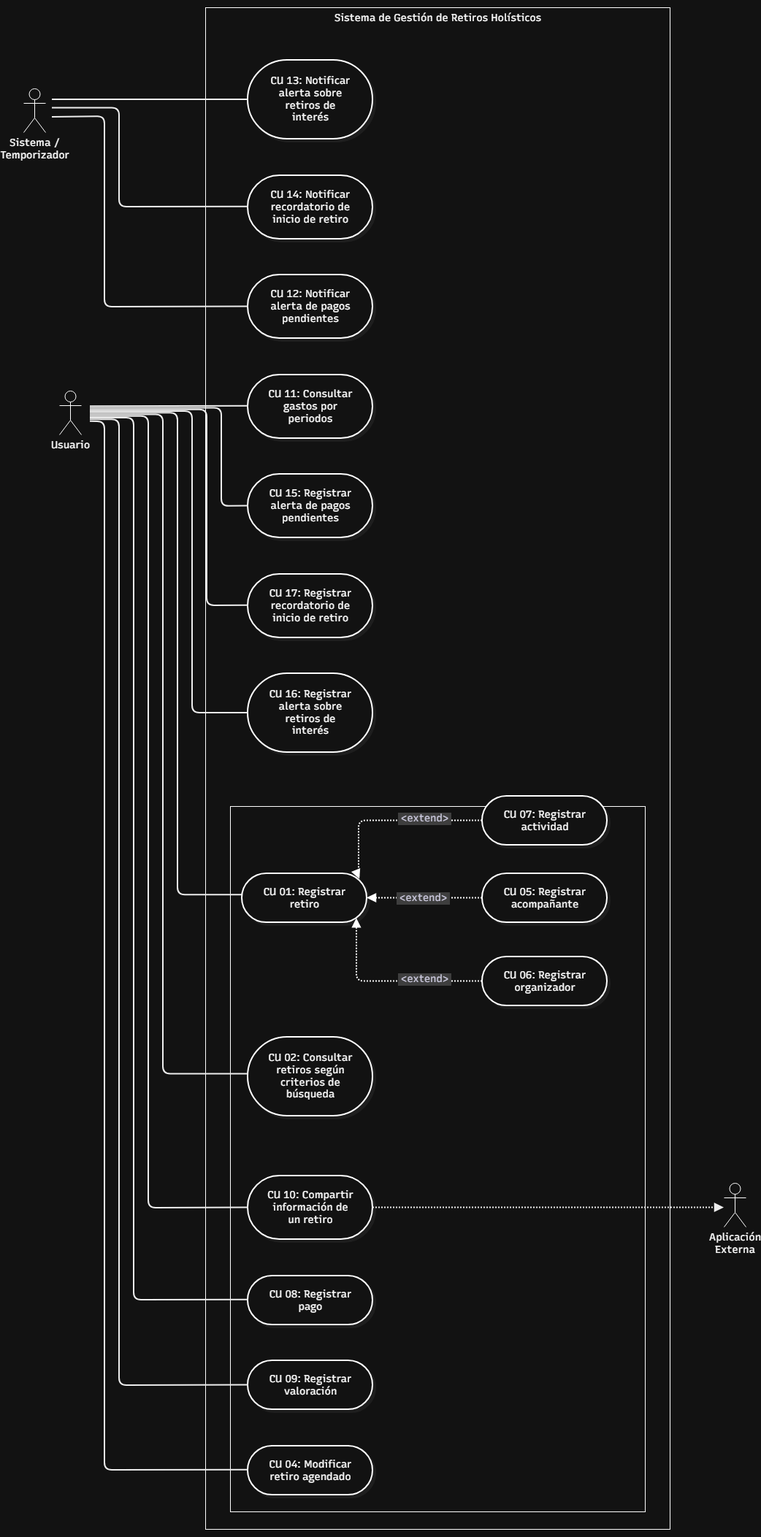
Luca-Tittarelli/tpi-asi keeps this draw.io diagram as Diagrama de Casos de Uso.png. Above is the earlier version. Source tidied: cells renumbered, new cells last; positions are measured from the earlier drawing's top-left corner, leaving out a move shared by most shapes.
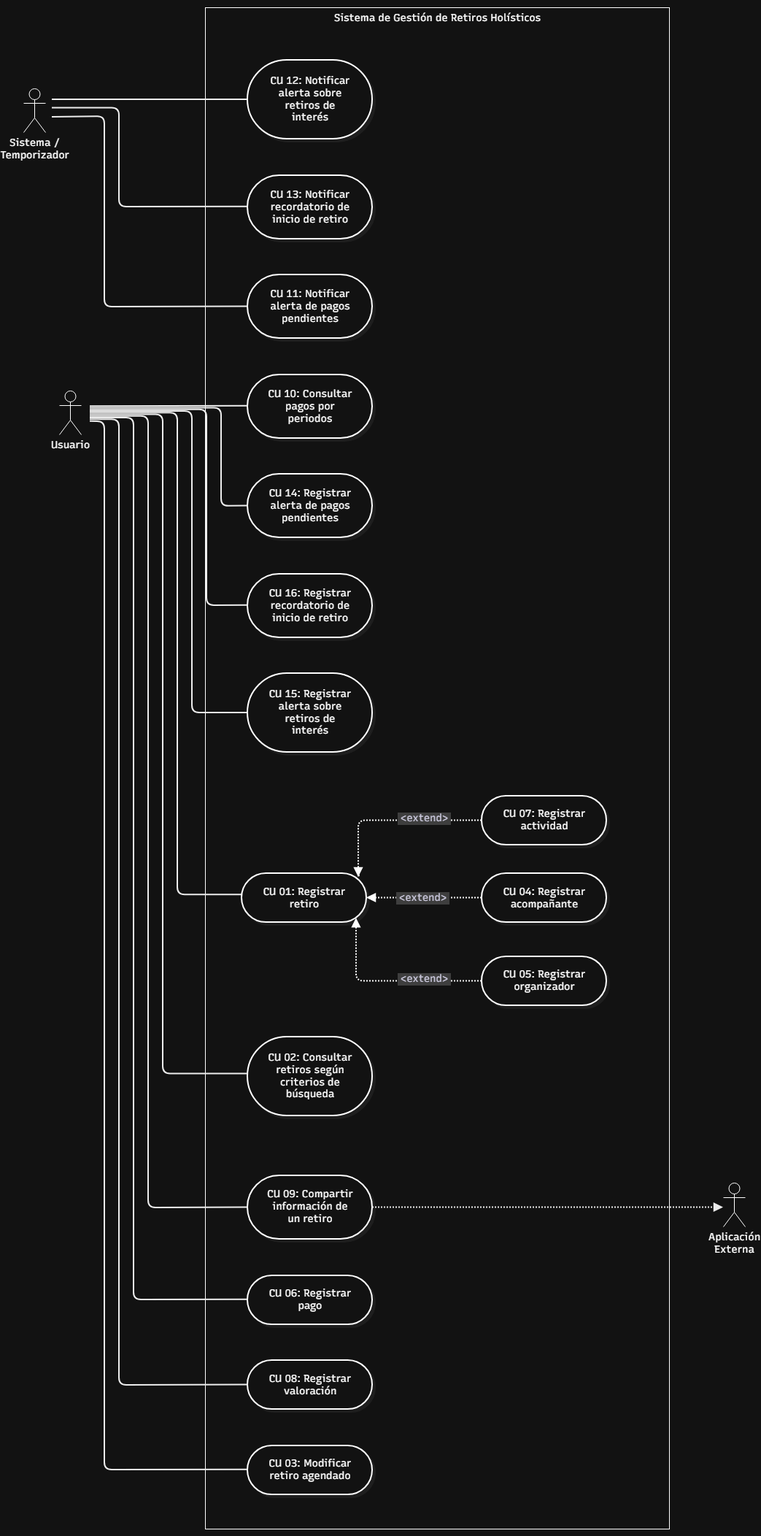
After the change.

The edit, as a diff of the source:
```diff
@@ -11,40 +11,40 @@
     <mxCell id="4" style="html=1;whiteSpace=nowrap;strokeWidth=1;verticalAlign=top;fontFamily=Recursive;fontSize=14;shadow=0;shadowColor=#000000;shadowOffsetX=4;shadowOffsetY=4;shadowBlur=0;shadowOpacity=6;fontSource=https%3A%2F%2Ffonts.googleapis.com%2Fcss%3Ffamily%3DRecursive;strokeColor=none;fillColor=none;" parent="3" vertex="1">
       <mxGeometry x="34" y="48" width="219" height="996" as="geometry" />
     </mxCell>
-    <mxCell id="5" value="CU 11: Consultar gastos por periodos" style="html=1;rounded=1;whiteSpace=wrap;arcSize=50;strokeWidth=2;fontFamily=Recursive;fontSize=14;shadow=1;shadowColor=#000000;shadowOffsetX=4;shadowOffsetY=4;shadowBlur=0;shadowOpacity=6;labelWidth=120;fontSource=https%3A%2F%2Ffonts.googleapis.com%2Fcss%3Ffamily%3DRecursive;roundedPerimeter=1;" parent="4" vertex="1">
+    <mxCell id="5" value="CU 10: Consultar pagos por periodos" style="html=1;rounded=1;whiteSpace=wrap;arcSize=50;strokeWidth=2;fontFamily=Recursive;fontSize=14;shadow=1;shadowColor=#000000;shadowOffsetX=4;shadowOffsetY=4;shadowBlur=0;shadowOpacity=6;labelWidth=120;fontSource=https%3A%2F%2Ffonts.googleapis.com%2Fcss%3Ffamily%3DRecursive;roundedPerimeter=1;" parent="4" vertex="1">
       <mxGeometry x="24" y="455" width="171" height="87" as="geometry" />
     </mxCell>
-    <mxCell id="6" value="CU 15: Registrar alerta de pagos pendientes" style="html=1;rounded=1;whiteSpace=wrap;arcSize=50;strokeWidth=2;fontFamily=Recursive;fontSize=14;shadow=1;shadowColor=#000000;shadowOffsetX=4;shadowOffsetY=4;shadowBlur=0;shadowOpacity=6;labelWidth=120;fontSource=https%3A%2F%2Ffonts.googleapis.com%2Fcss%3Ffamily%3DRecursive;" parent="4" vertex="1">
+    <mxCell id="6" value="CU 14: Registrar alerta de pagos pendientes" style="html=1;rounded=1;whiteSpace=wrap;arcSize=50;strokeWidth=2;fontFamily=Recursive;fontSize=14;shadow=1;shadowColor=#000000;shadowOffsetX=4;shadowOffsetY=4;shadowBlur=0;shadowOpacity=6;labelWidth=120;fontSource=https%3A%2F%2Ffonts.googleapis.com%2Fcss%3Ffamily%3DRecursive;" parent="4" vertex="1">
       <mxGeometry x="24" y="591" width="171" height="87" as="geometry" />
     </mxCell>
-    <mxCell id="7" value="CU 16: Registrar alerta sobre retiros de interés" style="html=1;rounded=1;whiteSpace=wrap;arcSize=50;strokeWidth=2;fontFamily=Recursive;fontSize=14;shadow=1;shadowColor=#000000;shadowOffsetX=4;shadowOffsetY=4;shadowBlur=0;shadowOpacity=6;labelWidth=120;fontSource=https%3A%2F%2Ffonts.googleapis.com%2Fcss%3Ffamily%3DRecursive;" parent="4" vertex="1">
+    <mxCell id="7" value="CU 15: Registrar alerta sobre retiros de interés" style="html=1;rounded=1;whiteSpace=wrap;arcSize=50;strokeWidth=2;fontFamily=Recursive;fontSize=14;shadow=1;shadowColor=#000000;shadowOffsetX=4;shadowOffsetY=4;shadowBlur=0;shadowOpacity=6;labelWidth=120;fontSource=https%3A%2F%2Ffonts.googleapis.com%2Fcss%3Ffamily%3DRecursive;" parent="4" vertex="1">
       <mxGeometry x="24" y="864" width="171" height="108" as="geometry" />
     </mxCell>
-    <mxCell id="8" value="CU 17: Registrar recordatorio de inicio de retiro" style="html=1;rounded=1;whiteSpace=wrap;arcSize=50;strokeWidth=2;fontFamily=Recursive;fontSize=14;shadow=1;shadowColor=#000000;shadowOffsetX=4;shadowOffsetY=4;shadowBlur=0;shadowOpacity=6;labelWidth=120;fontSource=https%3A%2F%2Ffonts.googleapis.com%2Fcss%3Ffamily%3DRecursive;" parent="4" vertex="1">
+    <mxCell id="8" value="CU 16: Registrar recordatorio de inicio de retiro" style="html=1;rounded=1;whiteSpace=wrap;arcSize=50;strokeWidth=2;fontFamily=Recursive;fontSize=14;shadow=1;shadowColor=#000000;shadowOffsetX=4;shadowOffsetY=4;shadowBlur=0;shadowOpacity=6;labelWidth=120;fontSource=https%3A%2F%2Ffonts.googleapis.com%2Fcss%3Ffamily%3DRecursive;" parent="4" vertex="1">
       <mxGeometry x="24" y="728" width="171" height="87" as="geometry" />
     </mxCell>
-    <mxCell id="9" value="CU 12: Notificar alerta de pagos pendientes" style="html=1;rounded=1;whiteSpace=wrap;arcSize=50;strokeWidth=2;fontFamily=Recursive;fontSize=14;shadow=1;shadowColor=#000000;shadowOffsetX=4;shadowOffsetY=4;shadowBlur=0;shadowOpacity=6;labelWidth=120;fontSource=https%3A%2F%2Ffonts.googleapis.com%2Fcss%3Ffamily%3DRecursive;" parent="4" vertex="1">
+    <mxCell id="9" value="CU 11: Notificar alerta de pagos pendientes" style="html=1;rounded=1;whiteSpace=wrap;arcSize=50;strokeWidth=2;fontFamily=Recursive;fontSize=14;shadow=1;shadowColor=#000000;shadowOffsetX=4;shadowOffsetY=4;shadowBlur=0;shadowOpacity=6;labelWidth=120;fontSource=https%3A%2F%2Ffonts.googleapis.com%2Fcss%3Ffamily%3DRecursive;" parent="4" vertex="1">
       <mxGeometry x="24" y="318" width="171" height="87" as="geometry" />
     </mxCell>
-    <mxCell id="10" value="CU 13: Notificar alerta sobre retiros de interés" style="html=1;rounded=1;whiteSpace=wrap;arcSize=50;strokeWidth=2;fontFamily=Recursive;fontSize=14;shadow=1;shadowColor=#000000;shadowOffsetX=4;shadowOffsetY=4;shadowBlur=0;shadowOpacity=6;labelWidth=120;fontSource=https%3A%2F%2Ffonts.googleapis.com%2Fcss%3Ffamily%3DRecursive;" parent="4" vertex="1">
+    <mxCell id="10" value="CU 12: Notificar alerta sobre retiros de interés" style="html=1;rounded=1;whiteSpace=wrap;arcSize=50;strokeWidth=2;fontFamily=Recursive;fontSize=14;shadow=1;shadowColor=#000000;shadowOffsetX=4;shadowOffsetY=4;shadowBlur=0;shadowOpacity=6;labelWidth=120;fontSource=https%3A%2F%2Ffonts.googleapis.com%2Fcss%3Ffamily%3DRecursive;" parent="4" vertex="1">
       <mxGeometry x="24" y="24" width="171" height="108" as="geometry" />
     </mxCell>
-    <mxCell id="11" value="CU 14: Notificar recordatorio de inicio de retiro" style="html=1;rounded=1;whiteSpace=wrap;arcSize=50;strokeWidth=2;fontFamily=Recursive;fontSize=14;shadow=1;shadowColor=#000000;shadowOffsetX=4;shadowOffsetY=4;shadowBlur=0;shadowOpacity=6;labelWidth=120;fontSource=https%3A%2F%2Ffonts.googleapis.com%2Fcss%3Ffamily%3DRecursive;" parent="4" vertex="1">
+    <mxCell id="11" value="CU 13: Notificar recordatorio de inicio de retiro" style="html=1;rounded=1;whiteSpace=wrap;arcSize=50;strokeWidth=2;fontFamily=Recursive;fontSize=14;shadow=1;shadowColor=#000000;shadowOffsetX=4;shadowOffsetY=4;shadowBlur=0;shadowOpacity=6;labelWidth=120;fontSource=https%3A%2F%2Ffonts.googleapis.com%2Fcss%3Ffamily%3DRecursive;" parent="4" vertex="1">
       <mxGeometry x="24" y="182" width="171" height="87" as="geometry" />
     </mxCell>
-    <mxCell id="12" style="html=1;whiteSpace=nowrap;strokeWidth=1;verticalAlign=top;fontFamily=Recursive;fontSize=14;shadow=0;shadowColor=#000000;shadowOffsetX=4;shadowOffsetY=4;shadowBlur=0;shadowOpacity=6;fontSource=https%3A%2F%2Ffonts.googleapis.com%2Fcss%3Ffamily%3DRecursive;fillColor=none;" parent="3" vertex="1">
+    <mxCell id="12" style="html=1;whiteSpace=nowrap;strokeWidth=1;verticalAlign=top;fontFamily=Recursive;fontSize=14;shadow=0;shadowColor=#000000;shadowOffsetX=4;shadowOffsetY=4;shadowBlur=0;shadowOpacity=6;fontSource=https%3A%2F%2Ffonts.googleapis.com%2Fcss%3Ffamily%3DRecursive;fillColor=none;strokeColor=none;" parent="3" vertex="1">
       <mxGeometry x="34" y="1094" width="568" height="966" as="geometry" />
     </mxCell>
-    <mxCell id="13" value="CU 04: Modificar retiro agendado" style="html=1;rounded=1;whiteSpace=wrap;arcSize=50;strokeWidth=2;fontFamily=Recursive;fontSize=14;shadow=1;shadowColor=#000000;shadowOffsetX=4;shadowOffsetY=4;shadowBlur=0;shadowOpacity=6;labelWidth=120;fontSource=https%3A%2F%2Ffonts.googleapis.com%2Fcss%3Ffamily%3DRecursive;" parent="12" vertex="1">
+    <mxCell id="13" value="CU 03: Modificar retiro agendado" style="html=1;rounded=1;whiteSpace=wrap;arcSize=50;strokeWidth=2;fontFamily=Recursive;fontSize=14;shadow=1;shadowColor=#000000;shadowOffsetX=4;shadowOffsetY=4;shadowBlur=0;shadowOpacity=6;labelWidth=120;fontSource=https%3A%2F%2Ffonts.googleapis.com%2Fcss%3Ffamily%3DRecursive;" parent="12" vertex="1">
       <mxGeometry x="24" y="876" width="171" height="67" as="geometry" />
     </mxCell>
-    <mxCell id="14" value="CU 08: Registrar pago" style="html=1;rounded=1;whiteSpace=wrap;arcSize=50;strokeWidth=2;fontFamily=Recursive;fontSize=14;shadow=1;shadowColor=#000000;shadowOffsetX=4;shadowOffsetY=4;shadowBlur=0;shadowOpacity=6;labelWidth=120;fontSource=https%3A%2F%2Ffonts.googleapis.com%2Fcss%3Ffamily%3DRecursive;" parent="12" vertex="1">
+    <mxCell id="14" value="CU 06: Registrar pago" style="html=1;rounded=1;whiteSpace=wrap;arcSize=50;strokeWidth=2;fontFamily=Recursive;fontSize=14;shadow=1;shadowColor=#000000;shadowOffsetX=4;shadowOffsetY=4;shadowBlur=0;shadowOpacity=6;labelWidth=120;fontSource=https%3A%2F%2Ffonts.googleapis.com%2Fcss%3Ffamily%3DRecursive;" parent="12" vertex="1">
       <mxGeometry x="24" y="643" width="171" height="67" as="geometry" />
     </mxCell>
-    <mxCell id="15" value="CU 09: Registrar valoración" style="html=1;rounded=1;whiteSpace=wrap;arcSize=50;strokeWidth=2;fontFamily=Recursive;fontSize=14;shadow=1;shadowColor=#000000;shadowOffsetX=4;shadowOffsetY=4;shadowBlur=0;shadowOpacity=6;labelWidth=120;fontSource=https%3A%2F%2Ffonts.googleapis.com%2Fcss%3Ffamily%3DRecursive;" parent="12" vertex="1">
+    <mxCell id="15" value="CU 08: Registrar valoración" style="html=1;rounded=1;whiteSpace=wrap;arcSize=50;strokeWidth=2;fontFamily=Recursive;fontSize=14;shadow=1;shadowColor=#000000;shadowOffsetX=4;shadowOffsetY=4;shadowBlur=0;shadowOpacity=6;labelWidth=120;fontSource=https%3A%2F%2Ffonts.googleapis.com%2Fcss%3Ffamily%3DRecursive;" parent="12" vertex="1">
       <mxGeometry x="24" y="759" width="171" height="67" as="geometry" />
     </mxCell>
-    <mxCell id="16" value="CU 10: Compartir información de un retiro" style="html=1;rounded=1;whiteSpace=wrap;arcSize=50;strokeWidth=2;fontFamily=Recursive;fontSize=14;shadow=1;shadowColor=#000000;shadowOffsetX=4;shadowOffsetY=4;shadowBlur=0;shadowOpacity=6;labelWidth=120;fontSource=https%3A%2F%2Ffonts.googleapis.com%2Fcss%3Ffamily%3DRecursive;" parent="12" vertex="1">
+    <mxCell id="16" value="CU 09: Compartir información de un retiro" style="html=1;rounded=1;whiteSpace=wrap;arcSize=50;strokeWidth=2;fontFamily=Recursive;fontSize=14;shadow=1;shadowColor=#000000;shadowOffsetX=4;shadowOffsetY=4;shadowBlur=0;shadowOpacity=6;labelWidth=120;fontSource=https%3A%2F%2Ffonts.googleapis.com%2Fcss%3Ffamily%3DRecursive;" parent="12" vertex="1">
       <mxGeometry x="24" y="506" width="171" height="87" as="geometry" />
     </mxCell>
     <mxCell id="17" value="CU 02: Consultar retiros según criterios de búsqueda" style="html=1;rounded=1;whiteSpace=wrap;arcSize=50;strokeWidth=2;fontFamily=Recursive;fontSize=14;shadow=1;shadowColor=#000000;shadowOffsetX=4;shadowOffsetY=4;shadowBlur=0;shadowOpacity=6;labelWidth=120;fontSource=https%3A%2F%2Ffonts.googleapis.com%2Fcss%3Ffamily%3DRecursive;" parent="12" vertex="1">
@@ -66,7 +66,7 @@
         <mxPoint y="1" as="offset" />
       </mxGeometry>
     </mxCell>
-    <mxCell id="21" value="CU 06: Registrar organizador" style="html=1;rounded=1;whiteSpace=wrap;arcSize=50;strokeWidth=2;fontFamily=Recursive;fontSize=14;shadow=1;shadowColor=#000000;shadowOffsetX=4;shadowOffsetY=4;shadowBlur=0;shadowOpacity=6;labelWidth=120;fontSource=https%3A%2F%2Ffonts.googleapis.com%2Fcss%3Ffamily%3DRecursive;" parent="12" vertex="1">
+    <mxCell id="21" value="CU 05: Registrar organizador" style="html=1;rounded=1;whiteSpace=wrap;arcSize=50;strokeWidth=2;fontFamily=Recursive;fontSize=14;shadow=1;shadowColor=#000000;shadowOffsetX=4;shadowOffsetY=4;shadowBlur=0;shadowOpacity=6;labelWidth=120;fontSource=https%3A%2F%2Ffonts.googleapis.com%2Fcss%3Ffamily%3DRecursive;" parent="12" vertex="1">
       <mxGeometry x="345" y="206" width="171" height="67" as="geometry" />
     </mxCell>
     <mxCell id="22" value="CU 07: Registrar actividad" style="html=1;rounded=1;whiteSpace=wrap;arcSize=50;strokeWidth=2;fontFamily=Recursive;fontSize=14;shadow=1;shadowColor=#000000;shadowOffsetX=4;shadowOffsetY=4;shadowBlur=0;shadowOpacity=6;labelWidth=120;fontSource=https%3A%2F%2Ffonts.googleapis.com%2Fcss%3Ffamily%3DRecursive;" parent="12" vertex="1">
@@ -213,7 +213,7 @@
     <mxCell id="39" value="&lt;span style=&quot;font-family: Recursive; font-size: 14px; white-space: normal;&quot;&gt;Aplicación Externa&lt;/span&gt;" style="shape=umlActor;verticalLabelPosition=bottom;verticalAlign=top;html=1;labelPerimeter=1;fontColor=light-dark(#CBC9DD,#FFFFFF);" parent="2" vertex="1">
       <mxGeometry x="1050" y="1640" width="30" height="60" as="geometry" />
     </mxCell>
-    <mxCell id="40" value="CU 05: Registrar acompañante" style="html=1;rounded=1;whiteSpace=wrap;arcSize=50;strokeWidth=2;fontFamily=Recursive;fontSize=14;shadow=1;shadowColor=#000000;shadowOffsetX=4;shadowOffsetY=4;shadowBlur=0;shadowOpacity=6;labelWidth=120;fontSource=https%3A%2F%2Ffonts.googleapis.com%2Fcss%3Ffamily%3DRecursive;" parent="2" vertex="1">
+    <mxCell id="40" value="CU 04: Registrar acompañante" style="html=1;rounded=1;whiteSpace=wrap;arcSize=50;strokeWidth=2;fontFamily=Recursive;fontSize=14;shadow=1;shadowColor=#000000;shadowOffsetX=4;shadowOffsetY=4;shadowBlur=0;shadowOpacity=6;labelWidth=120;fontSource=https%3A%2F%2Ffonts.googleapis.com%2Fcss%3Ffamily%3DRecursive;" parent="2" vertex="1">
       <mxGeometry x="719" y="1216" width="171" height="67" as="geometry" />
     </mxCell>
     <mxCell id="41" value="&amp;lt;extend&amp;gt;" style="edgeStyle=orthogonalEdgeStyle;rounded=1;curved=0;dashed=1;dashPattern=2 2;fixDash=1;startArrow=none;endArrow=block;endSize=8;jumpStyle=arc;jumpSize=12;html=1;fontSize=14;labelBackgroundColor=#cccccc;fontFamily=Recursive;fontColor=#28253D;exitX=0;exitY=0.5;strokeWidth=2;targetPerimeterSpacing=4;fontSource=https%3A%2F%2Ffonts.googleapis.com%2Fcss%3Ffamily%3DRecursive;defaultLabelBackgroundColor=page;labelPadding=0 4;exitDx=0;exitDy=0;entryX=1;entryY=0.5;entryDx=0;entryDy=0;" parent="2" edge="1" source="40" target="18">
```
